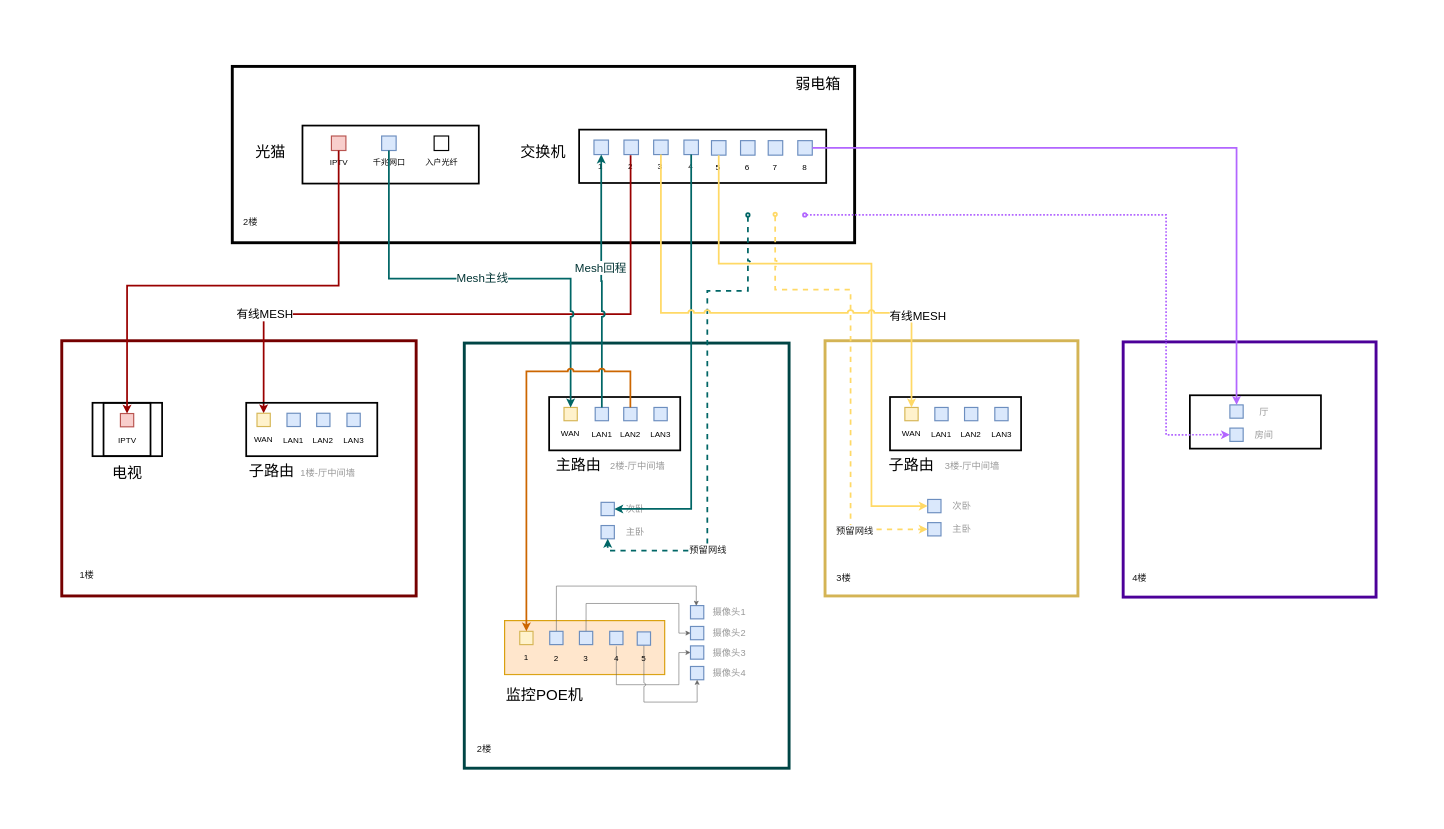
Above: page "第 2 页" (2 of 2) of 网线拓扑.drawio in yangbe/diagrams (draw.io), before the change. Source tidied: cells renumbered, new cells numbered last; positions are measured from the earlier drawing's top-left corner, leaving out a move shared by most shapes. Both pictures are drawn from the tidied source at 58%, with x=0, y=0 at pixel (61, 66).
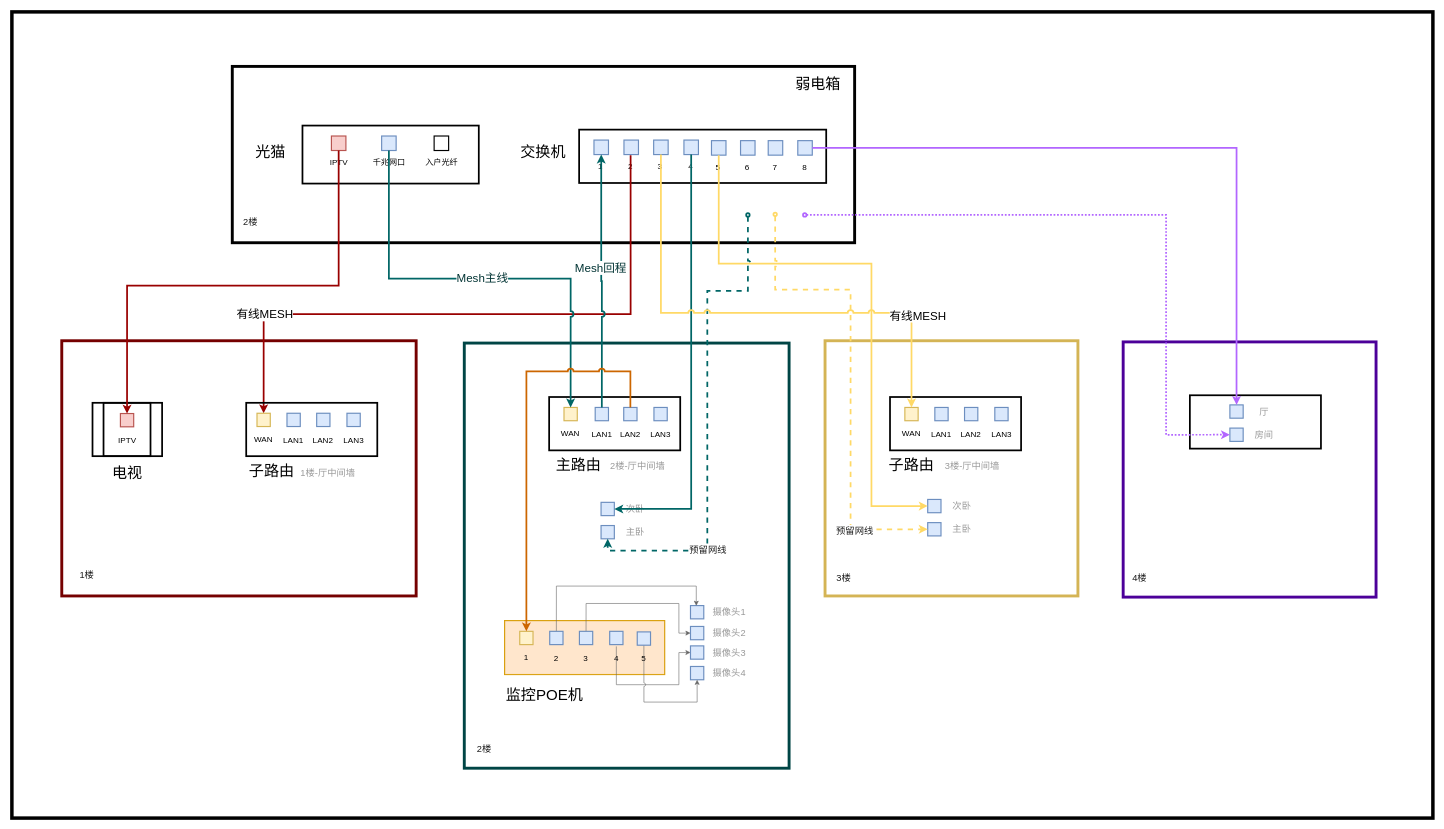
The same diagram, later.

Commit message:
更新网线拓扑.drawio

Diff of the diagram source:
```diff
@@
+    <mxCell id="176" style="rounded=0;whiteSpace=wrap;html=1;labelBackgroundColor=none;strokeColor=#000000;fontSize=20;fontColor=#000000;fillColor=none;strokeWidth=6;" parent="1" vertex="1">
+      <mxGeometry x="-86" y="-94" width="2450" height="1390" as="geometry" />
+    </mxCell>
```
